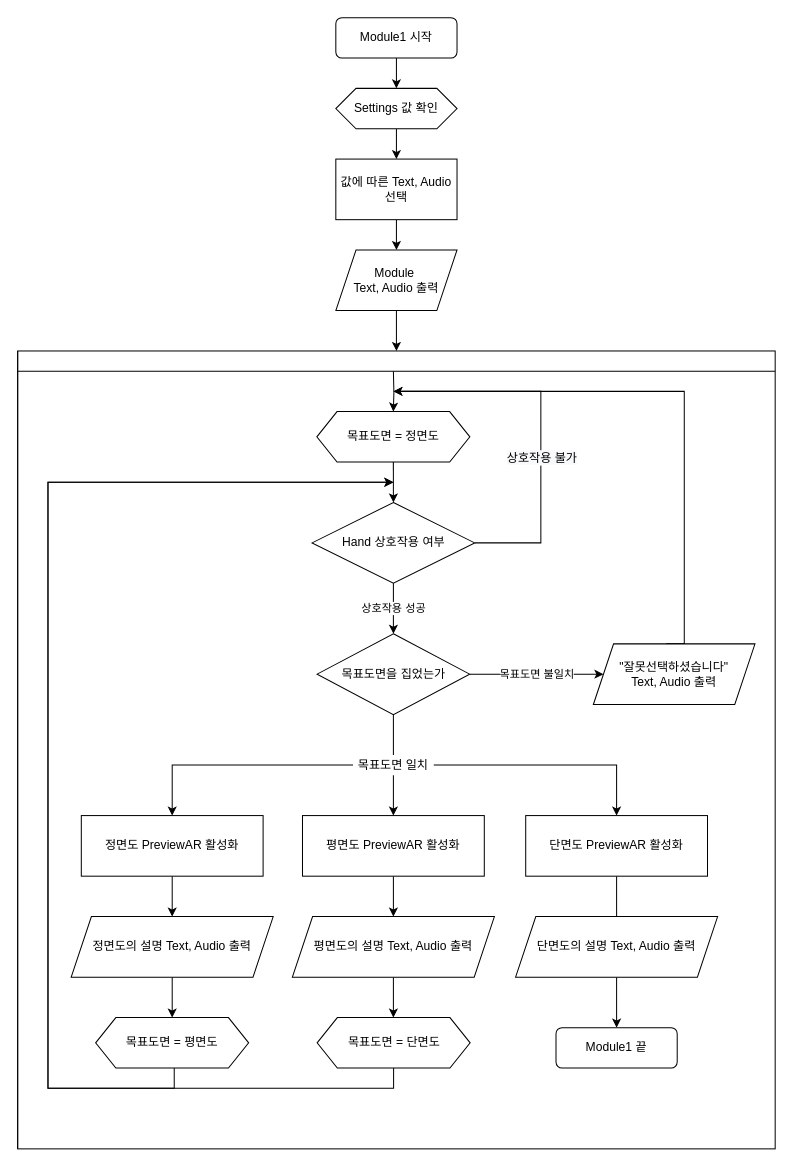
The draw.io diagram Module_01.drawio in SnowDinn/FlowChart, before the edit. Source tidied: cells renumbered, new cells numbered last; positions are measured from the earlier drawing's top-left corner, leaving out a move shared by most shapes. Both pictures are drawn from the tidied source at 101%, with x=0, y=0 at pixel (17, 17).
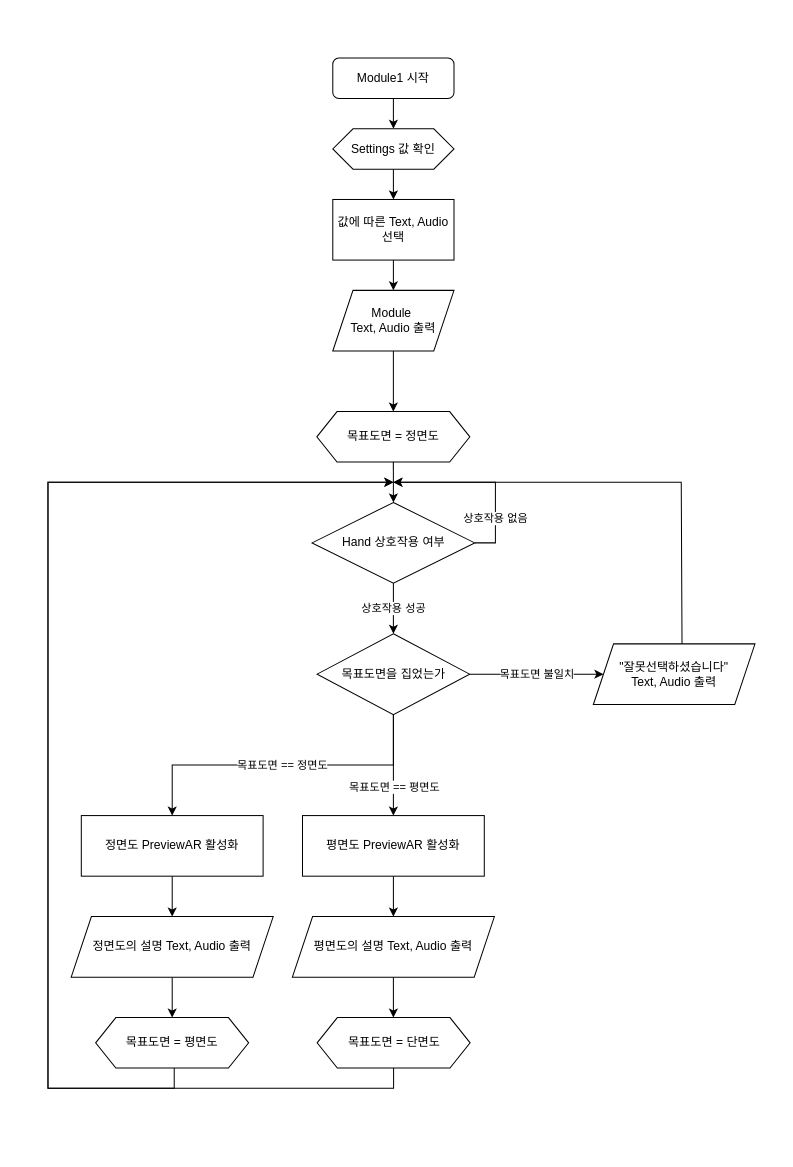
The same page after the edit.

Unchanged cells that the change refers to:
```xml
<mxCell id="7" value="목표도면을 집었는가" style="rhombus;whiteSpace=wrap;html=1;" parent="1" vertex="1">
  <mxGeometry x="296.5" y="610" width="151" height="80" as="geometry" />
</mxCell>
<mxCell id="9" value="정면도 PreviewAR 활성화" style="rounded=0;whiteSpace=wrap;html=1;" parent="1" vertex="1">
  <mxGeometry x="63" y="790" width="180" height="60" as="geometry" />
</mxCell>
<mxCell id="23" value="평면도 PreviewAR 활성화" style="rounded=0;whiteSpace=wrap;html=1;" parent="1" vertex="1">
  <mxGeometry x="282" y="790" width="180" height="60" as="geometry" />
</mxCell>
<mxCell id="29" value="Hand 상호작용 여부" style="rhombus;whiteSpace=wrap;html=1;fillColor=none;" parent="1" vertex="1">
  <mxGeometry x="291.5" y="480" width="161" height="80" as="geometry" />
</mxCell>
<mxCell id="31" value="목표도면 = 정면도" style="shape=hexagon;perimeter=hexagonPerimeter2;whiteSpace=wrap;html=1;fixedSize=1;" parent="1" vertex="1">
  <mxGeometry x="296.2" y="390" width="151.5" height="50" as="geometry" />
</mxCell>
<mxCell id="34" value="&quot;잘못선택하셨습니다&quot;&lt;br&gt;Text, Audio 출력" style="shape=parallelogram;perimeter=parallelogramPerimeter;whiteSpace=wrap;html=1;fixedSize=1;" parent="1" vertex="1">
  <mxGeometry x="570" y="620" width="160" height="60" as="geometry" />
</mxCell>
```

Diff of the diagram source:
```diff
@@
-    <mxCell id="2" style="shape=internalStorage;whiteSpace=wrap;html=1;backgroundOutline=1;dx=0;dy=20;" parent="1" vertex="1">
-      <mxGeometry y="330" width="750" height="790" as="geometry" />
-    </mxCell>
@@
     <mxCell id="4" value="Module1 시작" style="rounded=1;whiteSpace=wrap;html=1;fontSize=12;glass=0;strokeWidth=1;shadow=0;" parent="1" vertex="1">
-      <mxGeometry x="315" width="120" height="40" as="geometry" />
+      <mxGeometry x="312" y="40" width="120" height="40" as="geometry" />
     </mxCell>
@@
-    <mxCell id="6" style="edgeStyle=orthogonalEdgeStyle;rounded=0;jettySize=auto;html=1;exitX=0.5;exitY=1;exitDx=0;exitDy=0;entryX=0.5;entryY=0;entryDx=0;entryDy=0;endArrow=none;endFill=0;" parent="1" edge="1" source="7" target="39">
-      <mxGeometry relative="1" as="geometry" />
-    </mxCell>
+    <mxCell id="44" style="edgeStyle=orthogonalEdgeStyle;rounded=0;jettySize=auto;html=1;exitX=0.5;exitY=1;exitDx=0;exitDy=0;entryX=0.5;entryY=0;entryDx=0;entryDy=0;endArrow=classic;endFill=1;" parent="1" edge="1" source="7" target="23">
+      <mxGeometry relative="1" as="geometry" />
+    </mxCell>
+    <mxCell id="45" value="목표도면 == 평면도" style="edgeLabel;html=1;align=center;verticalAlign=middle;" parent="44" vertex="1">
+      <mxGeometry x="0.27" relative="1" as="geometry">
+        <mxPoint y="7" as="offset" />
+      </mxGeometry>
+    </mxCell>
+    <mxCell id="46" value="목표도면 == 정면도" style="edgeStyle=orthogonalEdgeStyle;rounded=0;jettySize=auto;html=1;exitX=0.5;exitY=1;exitDx=0;exitDy=0;entryX=0.5;entryY=0;entryDx=0;entryDy=0;endArrow=classic;endFill=1;" parent="1" edge="1" source="7" target="9">
+      <mxGeometry relative="1" as="geometry" />
+    </mxCell>
@@
     <mxCell id="11" value="Settings 값 확인" style="shape=hexagon;perimeter=hexagonPerimeter2;whiteSpace=wrap;html=1;fixedSize=1;" parent="1" vertex="1">
-      <mxGeometry x="315" y="70" width="120" height="40" as="geometry" />
+      <mxGeometry x="312" y="110" width="120" height="40" as="geometry" />
     </mxCell>
@@
     <mxCell id="13" value="값에 따른 Text, Audio 선택" style="rounded=0;whiteSpace=wrap;html=1;" parent="1" vertex="1">
-      <mxGeometry x="315" y="140" width="120" height="60" as="geometry" />
+      <mxGeometry x="312" y="180" width="120" height="60" as="geometry" />
     </mxCell>
-    <mxCell id="14" style="edgeStyle=orthogonalEdgeStyle;rounded=0;jettySize=auto;html=1;exitX=0.5;exitY=1;exitDx=0;exitDy=0;entryX=0.5;entryY=0;entryDx=0;entryDy=0;" parent="1" edge="1" source="15" target="2">
-      <mxGeometry relative="1" as="geometry" />
-    </mxCell>
+    <mxCell id="47" style="edgeStyle=orthogonalEdgeStyle;rounded=0;jettySize=auto;html=1;exitX=0.5;exitY=1;exitDx=0;exitDy=0;entryX=0.5;entryY=0;entryDx=0;entryDy=0;endArrow=classic;endFill=1;" parent="1" edge="1" source="15" target="31">
+      <mxGeometry relative="1" as="geometry" />
+    </mxCell>
     <mxCell id="15" value="Module&amp;nbsp;&lt;br&gt;Text, Audio 출력" style="shape=parallelogram;perimeter=parallelogramPerimeter;whiteSpace=wrap;html=1;fixedSize=1;" parent="1" vertex="1">
-      <mxGeometry x="315" y="230" width="120" height="60" as="geometry" />
+      <mxGeometry x="312" y="270" width="120" height="60" as="geometry" />
     </mxCell>
@@
-    <mxCell id="18" style="edgeStyle=orthogonalEdgeStyle;rounded=0;jettySize=auto;html=1;exitX=0.5;exitY=1;exitDx=0;exitDy=0;endArrow=none;endFill=0;" parent="1" edge="1" source="19" target="21">
-      <mxGeometry relative="1" as="geometry" />
-    </mxCell>
-    <mxCell id="19" value="단면도 PreviewAR 활성화" style="rounded=0;whiteSpace=wrap;html=1;" parent="1" vertex="1">
-      <mxGeometry x="503" y="790" width="180" height="60" as="geometry" />
-    </mxCell>
-    <mxCell id="20" style="edgeStyle=orthogonalEdgeStyle;rounded=0;jettySize=auto;html=1;exitX=0.5;exitY=1;exitDx=0;exitDy=0;entryX=0.5;entryY=0;entryDx=0;entryDy=0;" parent="1" edge="1" source="21" target="35">
-      <mxGeometry relative="1" as="geometry" />
-    </mxCell>
-    <mxCell id="21" value="단면도의 설명 Text, Audio 출력" style="shape=parallelogram;perimeter=parallelogramPerimeter;whiteSpace=wrap;html=1;fixedSize=1;" parent="1" vertex="1">
-      <mxGeometry x="493" y="890" width="200" height="60" as="geometry" />
-    </mxCell>
@@
-    <mxCell id="26" style="edgeStyle=orthogonalEdgeStyle;rounded=0;jettySize=auto;html=1;exitX=1;exitY=0.5;exitDx=0;exitDy=0;" parent="1" edge="1" source="29">
-      <mxGeometry relative="1" as="geometry">
-        <mxPoint x="372" y="370" as="targetPoint" />
-        <Array as="points">
-          <mxPoint x="518" y="520" />
-          <mxPoint x="518" y="370" />
-        </Array>
-      </mxGeometry>
-    </mxCell>
-    <mxCell id="27" value="&lt;span style=&quot;font-size: 12px ; background-color: rgb(248 , 249 , 250)&quot;&gt;상호작용 불가&lt;/span&gt;" style="edgeLabel;html=1;align=center;verticalAlign=middle;" parent="26" vertex="1">
-      <mxGeometry x="-0.17" relative="1" as="geometry" />
-    </mxCell>
@@
+    <mxCell id="48" value="상호작용 없음" style="edgeStyle=orthogonalEdgeStyle;rounded=0;jettySize=auto;html=1;exitX=1;exitY=0.5;exitDx=0;exitDy=0;endArrow=classic;endFill=1;" parent="1" edge="1" source="29">
+      <mxGeometry x="-0.5" relative="1" as="geometry">
+        <mxPoint x="372" y="460" as="targetPoint" />
+        <Array as="points">
+          <mxPoint x="473" y="520" />
+          <mxPoint x="473" y="460" />
+        </Array>
+      </mxGeometry>
+    </mxCell>
@@
-    <mxCell id="32" style="edgeStyle=orthogonalEdgeStyle;rounded=0;jettySize=auto;html=1;entryX=0.5;entryY=0;entryDx=0;entryDy=0;" parent="1" edge="1" target="31">
-      <mxGeometry relative="1" as="geometry">
-        <mxPoint x="372" y="350" as="sourcePoint" />
-      </mxGeometry>
-    </mxCell>
-    <mxCell id="33" style="edgeStyle=orthogonalEdgeStyle;rounded=0;orthogonalLoop=1;jettySize=auto;html=1;exitX=0.5;exitY=0;exitDx=0;exitDy=0;" parent="1" edge="1">
-      <mxGeometry relative="1" as="geometry">
-        <mxPoint x="642" y="620" as="sourcePoint" />
-        <mxPoint x="372" y="370" as="targetPoint" />
-        <Array as="points">
-          <mxPoint x="660" y="620" />
-          <mxPoint x="660" y="370" />
-        </Array>
-      </mxGeometry>
-    </mxCell>
+    <mxCell id="49" style="edgeStyle=orthogonalEdgeStyle;rounded=0;jettySize=auto;html=1;exitX=0.549;exitY=0.001;exitDx=0;exitDy=0;endArrow=classic;endFill=1;exitPerimeter=0;" parent="1" edge="1" source="34">
+      <mxGeometry relative="1" as="geometry">
+        <mxPoint x="372" y="460" as="targetPoint" />
+        <Array as="points">
+          <mxPoint x="658" y="625" />
+          <mxPoint x="657" y="625" />
+          <mxPoint x="657" y="460" />
+        </Array>
+      </mxGeometry>
+    </mxCell>
@@
-    <mxCell id="35" value="Module1 끝" style="rounded=1;whiteSpace=wrap;html=1;fontSize=12;glass=0;strokeWidth=1;shadow=0;" parent="1" vertex="1">
-      <mxGeometry x="533" y="1000" width="120" height="40" as="geometry" />
-    </mxCell>
-    <mxCell id="36" style="edgeStyle=orthogonalEdgeStyle;rounded=0;jettySize=auto;html=1;exitX=0.5;exitY=1;exitDx=0;exitDy=0;entryX=0.5;entryY=0;entryDx=0;entryDy=0;" parent="1" edge="1" source="39" target="23">
-      <mxGeometry relative="1" as="geometry" />
-    </mxCell>
-    <mxCell id="37" style="edgeStyle=orthogonalEdgeStyle;rounded=0;jettySize=auto;html=1;exitX=0;exitY=0.5;exitDx=0;exitDy=0;entryX=0.5;entryY=0;entryDx=0;entryDy=0;endArrow=classic;endFill=1;" parent="1" edge="1" source="39" target="9">
-      <mxGeometry relative="1" as="geometry" />
-    </mxCell>
-    <mxCell id="38" style="edgeStyle=orthogonalEdgeStyle;rounded=0;jettySize=auto;html=1;exitX=1;exitY=0.5;exitDx=0;exitDy=0;endArrow=classic;endFill=1;" parent="1" edge="1" source="39" target="19">
-      <mxGeometry relative="1" as="geometry" />
-    </mxCell>
-    <mxCell id="39" value="목표도면 일치" style="rounded=0;whiteSpace=wrap;html=1;strokeColor=none;fillColor=none;" parent="1" vertex="1">
-      <mxGeometry x="332" y="730" width="80" height="20" as="geometry" />
-    </mxCell>
```
